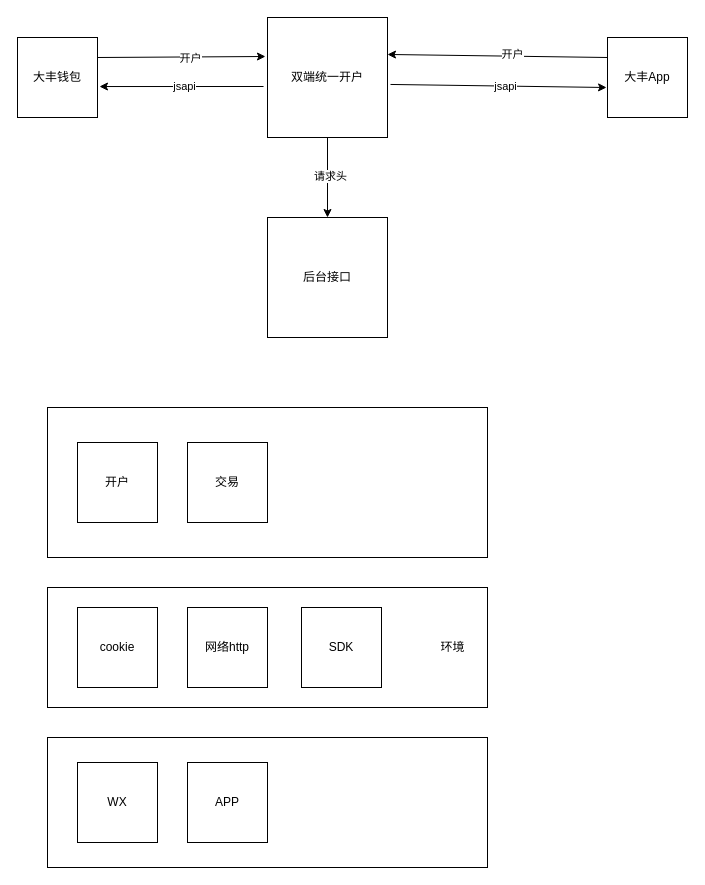
Before: page "第 1 页" (1 of 3) of 未命名绘图.drawio in ios2014/ios--, a draw.io diagram. Source tidied: cells renumbered, new cells numbered last; positions are measured from the earlier drawing's top-left corner, leaving out a move shared by most shapes. Both pictures are drawn from the tidied source at 100%, with x=0, y=0 at pixel (17, 17).
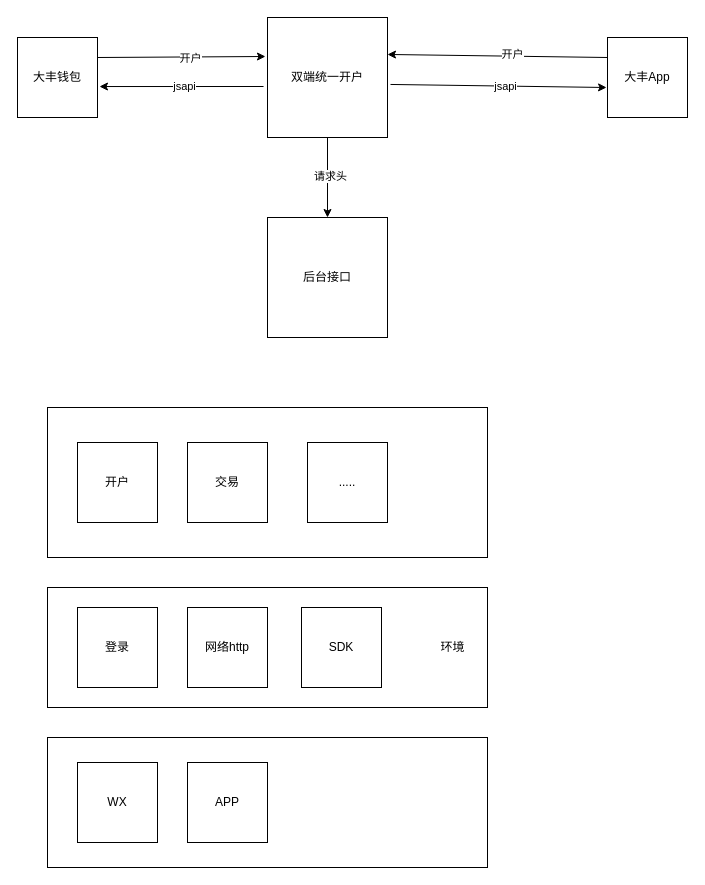
The same page after the edit.

The edit, as a diff of the source:
```diff
@@
-    <mxCell id="21" value="cookie" style="whiteSpace=wrap;html=1;" parent="1" vertex="1">
+    <mxCell id="21" value="登录" style="whiteSpace=wrap;html=1;" parent="1" vertex="1">
       <mxGeometry x="60" y="590" width="80" height="80" as="geometry" />
     </mxCell>
@@
+    <mxCell id="27" value="....." style="whiteSpace=wrap;html=1;" parent="1" vertex="1">
+      <mxGeometry x="290" y="425" width="80" height="80" as="geometry" />
+    </mxCell>
```
